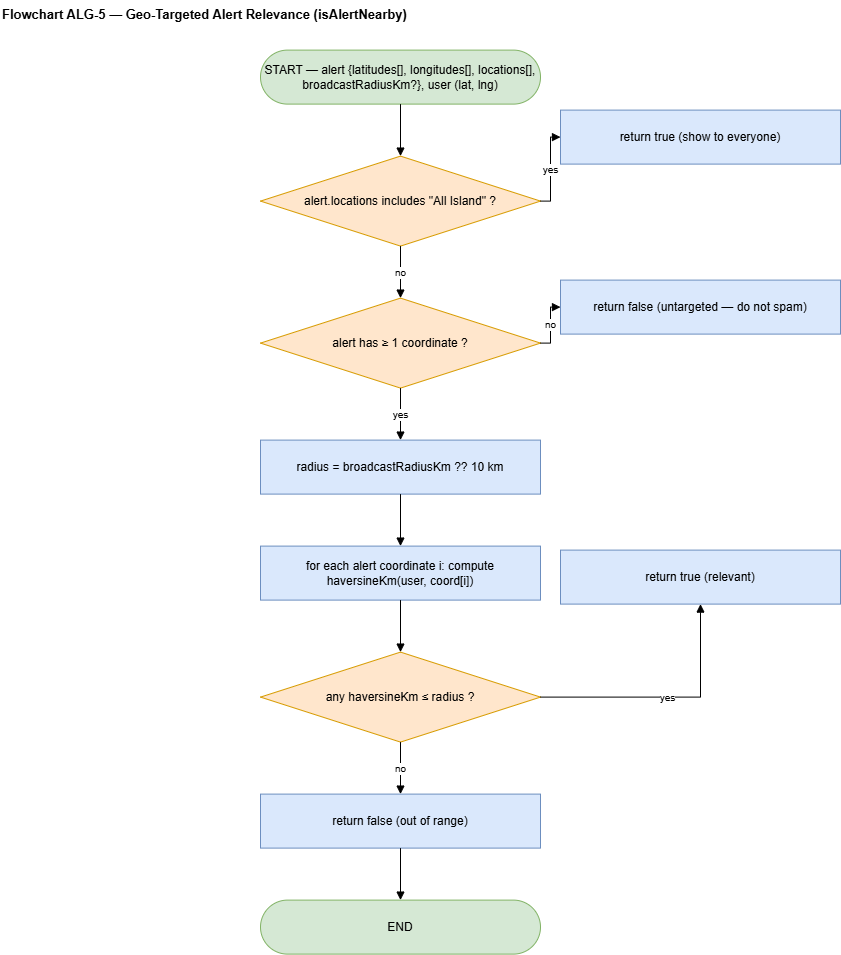
Earlier version of the draw.io export research-report-source/diagrams/pngs/Flowchart_ALG-5_Geo_Targeted_Alert_Relevance.drawio.png (DeshanDV1003/Suraksha---Web-App). Source tidied: cells renumbered, new cells last; positions are measured from the earlier drawing's top-left corner, leaving out a move shared by most shapes. The source it was exported from:
```xml
<mxGraphModel>
  <root>
    <mxCell id="0" />
    <mxCell id="1" parent="0" />
    <mxCell id="2" value="Flowchart ALG-5 — Geo-Targeted Alert Relevance (isAlertNearby)" style="text;html=1;fontStyle=1;fontSize=13;align=left;" parent="1" vertex="1">
      <mxGeometry width="820" height="26" as="geometry" />
    </mxCell>
    <mxCell id="3" value="START — alert {latitudes[], longitudes[], locations[], broadcastRadiusKm?}, user (lat, lng)" style="rounded=1;arcSize=50;whiteSpace=wrap;html=1;fillColor=#d5e8d4;strokeColor=#82b366;" parent="1" vertex="1">
      <mxGeometry x="260" y="50" width="280" height="54" as="geometry" />
    </mxCell>
    <mxCell id="4" value="alert.locations includes &amp;quot;All Island&amp;quot; ?" style="rhombus;whiteSpace=wrap;html=1;fillColor=#ffe6cc;strokeColor=#d79b00;" parent="1" vertex="1">
      <mxGeometry x="260" y="156" width="280" height="90" as="geometry" />
    </mxCell>
    <mxCell id="5" value="return true (show to everyone)" style="rounded=0;whiteSpace=wrap;html=1;fillColor=#dae8fc;strokeColor=#6c8ebf;" parent="1" vertex="1">
      <mxGeometry x="560" y="110" width="280" height="54" as="geometry" />
    </mxCell>
    <mxCell id="6" value="alert has ≥ 1 coordinate ?" style="rhombus;whiteSpace=wrap;html=1;fillColor=#ffe6cc;strokeColor=#d79b00;" parent="1" vertex="1">
      <mxGeometry x="260" y="298" width="280" height="90" as="geometry" />
    </mxCell>
    <mxCell id="7" value="return false (untargeted — do not spam)" style="rounded=0;whiteSpace=wrap;html=1;fillColor=#dae8fc;strokeColor=#6c8ebf;" parent="1" vertex="1">
      <mxGeometry x="560" y="280" width="280" height="54" as="geometry" />
    </mxCell>
    <mxCell id="8" value="radius = broadcastRadiusKm ?? 10 km" style="rounded=0;whiteSpace=wrap;html=1;fillColor=#dae8fc;strokeColor=#6c8ebf;" parent="1" vertex="1">
      <mxGeometry x="260" y="440" width="280" height="54" as="geometry" />
    </mxCell>
    <mxCell id="9" value="for each alert coordinate i: compute haversineKm(user, coord[i])" style="rounded=0;whiteSpace=wrap;html=1;fillColor=#dae8fc;strokeColor=#6c8ebf;" parent="1" vertex="1">
      <mxGeometry x="260" y="546" width="280" height="54" as="geometry" />
    </mxCell>
    <mxCell id="10" value="any haversineKm ≤ radius ?" style="rhombus;whiteSpace=wrap;html=1;fillColor=#ffe6cc;strokeColor=#d79b00;" parent="1" vertex="1">
      <mxGeometry x="260" y="652" width="280" height="90" as="geometry" />
    </mxCell>
    <mxCell id="11" value="return true (relevant)" style="rounded=0;whiteSpace=wrap;html=1;fillColor=#dae8fc;strokeColor=#6c8ebf;" parent="1" vertex="1">
      <mxGeometry x="560" y="550" width="280" height="54" as="geometry" />
    </mxCell>
    <mxCell id="12" value="return false (out of range)" style="rounded=0;whiteSpace=wrap;html=1;fillColor=#dae8fc;strokeColor=#6c8ebf;" parent="1" vertex="1">
      <mxGeometry x="260" y="794" width="280" height="54" as="geometry" />
    </mxCell>
    <mxCell id="13" value="END" style="rounded=1;arcSize=50;whiteSpace=wrap;html=1;fillColor=#d5e8d4;strokeColor=#82b366;" parent="1" vertex="1">
      <mxGeometry x="260" y="900" width="280" height="54" as="geometry" />
    </mxCell>
    <mxCell id="14" style="edgeStyle=orthogonalEdgeStyle;rounded=0;html=1;endArrow=block;fontSize=10;" parent="1" edge="1" source="3" target="4">
      <mxGeometry relative="1" as="geometry" />
    </mxCell>
    <mxCell id="15" style="edgeStyle=orthogonalEdgeStyle;rounded=0;html=1;endArrow=block;fontSize=10;" parent="1" edge="1" source="8" target="9">
      <mxGeometry relative="1" as="geometry" />
    </mxCell>
    <mxCell id="16" style="edgeStyle=orthogonalEdgeStyle;rounded=0;html=1;endArrow=block;fontSize=10;" parent="1" edge="1" source="9" target="10">
      <mxGeometry relative="1" as="geometry" />
    </mxCell>
    <mxCell id="17" style="edgeStyle=orthogonalEdgeStyle;rounded=0;html=1;endArrow=block;fontSize=10;" parent="1" edge="1" source="12" target="13">
      <mxGeometry relative="1" as="geometry" />
    </mxCell>
    <mxCell id="18" value="no" style="edgeStyle=orthogonalEdgeStyle;rounded=0;html=1;endArrow=block;fontSize=10;" parent="1" edge="1" source="4" target="6">
      <mxGeometry relative="1" as="geometry" />
    </mxCell>
    <mxCell id="19" value="yes" style="edgeStyle=orthogonalEdgeStyle;rounded=0;html=1;endArrow=block;fontSize=10;" parent="1" edge="1" source="4" target="5">
      <mxGeometry relative="1" as="geometry" />
    </mxCell>
    <mxCell id="20" value="yes" style="edgeStyle=orthogonalEdgeStyle;rounded=0;html=1;endArrow=block;fontSize=10;" parent="1" edge="1" source="6" target="8">
      <mxGeometry relative="1" as="geometry" />
    </mxCell>
    <mxCell id="21" value="no" style="edgeStyle=orthogonalEdgeStyle;rounded=0;html=1;endArrow=block;fontSize=10;" parent="1" edge="1" source="6" target="7">
      <mxGeometry relative="1" as="geometry" />
    </mxCell>
    <mxCell id="22" value="no" style="edgeStyle=orthogonalEdgeStyle;rounded=0;html=1;endArrow=block;fontSize=10;" parent="1" edge="1" source="10" target="12">
      <mxGeometry relative="1" as="geometry" />
    </mxCell>
    <mxCell id="23" value="yes" style="edgeStyle=orthogonalEdgeStyle;rounded=0;html=1;endArrow=block;fontSize=10;" parent="1" edge="1" source="10" target="11">
      <mxGeometry relative="1" as="geometry" />
    </mxCell>
  </root>
</mxGraphModel>
```
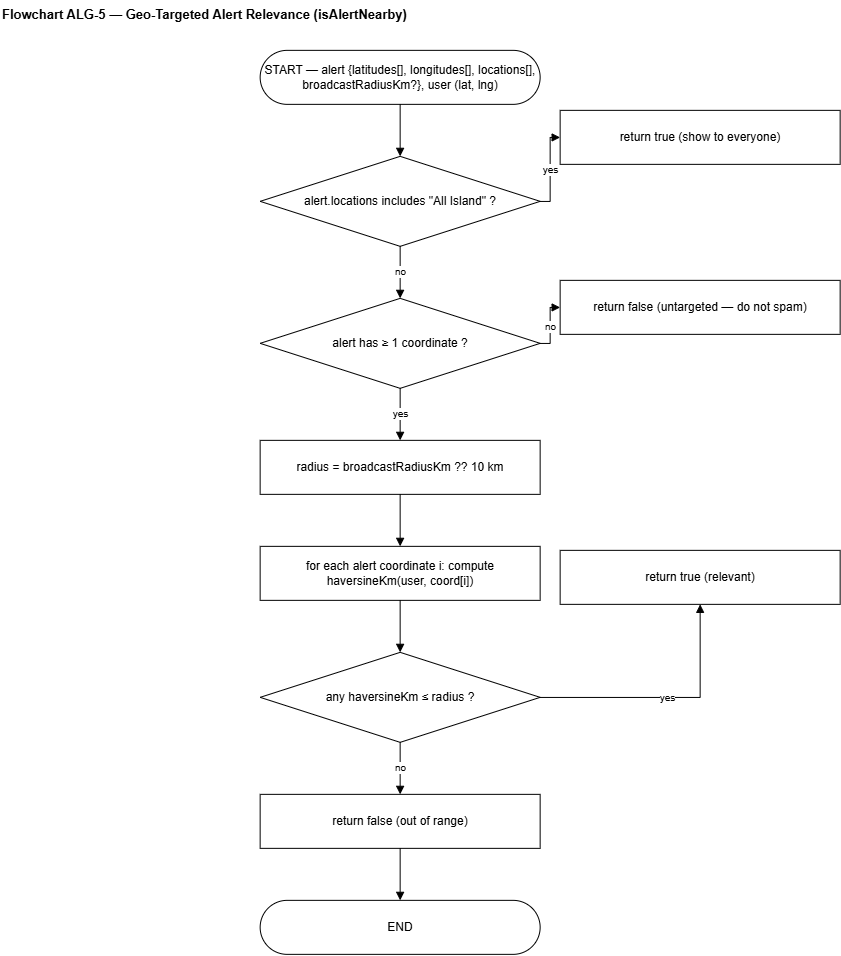
After the commit.

What changed in the source:
```diff
@@ -5,37 +5,37 @@
     <mxCell id="2" value="Flowchart ALG-5 — Geo-Targeted Alert Relevance (isAlertNearby)" style="text;html=1;fontStyle=1;fontSize=13;align=left;" parent="1" vertex="1">
       <mxGeometry width="820" height="26" as="geometry" />
     </mxCell>
-    <mxCell id="3" value="START — alert {latitudes[], longitudes[], locations[], broadcastRadiusKm?}, user (lat, lng)" style="rounded=1;arcSize=50;whiteSpace=wrap;html=1;fillColor=#d5e8d4;strokeColor=#82b366;" parent="1" vertex="1">
+    <mxCell id="3" value="START — alert {latitudes[], longitudes[], locations[], broadcastRadiusKm?}, user (lat, lng)" style="rounded=1;arcSize=50;whiteSpace=wrap;html=1;" parent="1" vertex="1">
       <mxGeometry x="260" y="50" width="280" height="54" as="geometry" />
     </mxCell>
-    <mxCell id="4" value="alert.locations includes &amp;quot;All Island&amp;quot; ?" style="rhombus;whiteSpace=wrap;html=1;fillColor=#ffe6cc;strokeColor=#d79b00;" parent="1" vertex="1">
+    <mxCell id="4" value="alert.locations includes &amp;quot;All Island&amp;quot; ?" style="rhombus;whiteSpace=wrap;html=1;" parent="1" vertex="1">
       <mxGeometry x="260" y="156" width="280" height="90" as="geometry" />
     </mxCell>
-    <mxCell id="5" value="return true (show to everyone)" style="rounded=0;whiteSpace=wrap;html=1;fillColor=#dae8fc;strokeColor=#6c8ebf;" parent="1" vertex="1">
+    <mxCell id="5" value="return true (show to everyone)" style="rounded=0;whiteSpace=wrap;html=1;" parent="1" vertex="1">
       <mxGeometry x="560" y="110" width="280" height="54" as="geometry" />
     </mxCell>
-    <mxCell id="6" value="alert has ≥ 1 coordinate ?" style="rhombus;whiteSpace=wrap;html=1;fillColor=#ffe6cc;strokeColor=#d79b00;" parent="1" vertex="1">
+    <mxCell id="6" value="alert has ≥ 1 coordinate ?" style="rhombus;whiteSpace=wrap;html=1;" parent="1" vertex="1">
       <mxGeometry x="260" y="298" width="280" height="90" as="geometry" />
     </mxCell>
-    <mxCell id="7" value="return false (untargeted — do not spam)" style="rounded=0;whiteSpace=wrap;html=1;fillColor=#dae8fc;strokeColor=#6c8ebf;" parent="1" vertex="1">
+    <mxCell id="7" value="return false (untargeted — do not spam)" style="rounded=0;whiteSpace=wrap;html=1;" parent="1" vertex="1">
       <mxGeometry x="560" y="280" width="280" height="54" as="geometry" />
     </mxCell>
-    <mxCell id="8" value="radius = broadcastRadiusKm ?? 10 km" style="rounded=0;whiteSpace=wrap;html=1;fillColor=#dae8fc;strokeColor=#6c8ebf;" parent="1" vertex="1">
+    <mxCell id="8" value="radius = broadcastRadiusKm ?? 10 km" style="rounded=0;whiteSpace=wrap;html=1;" parent="1" vertex="1">
       <mxGeometry x="260" y="440" width="280" height="54" as="geometry" />
     </mxCell>
-    <mxCell id="9" value="for each alert coordinate i: compute haversineKm(user, coord[i])" style="rounded=0;whiteSpace=wrap;html=1;fillColor=#dae8fc;strokeColor=#6c8ebf;" parent="1" vertex="1">
+    <mxCell id="9" value="for each alert coordinate i: compute haversineKm(user, coord[i])" style="rounded=0;whiteSpace=wrap;html=1;" parent="1" vertex="1">
       <mxGeometry x="260" y="546" width="280" height="54" as="geometry" />
     </mxCell>
-    <mxCell id="10" value="any haversineKm ≤ radius ?" style="rhombus;whiteSpace=wrap;html=1;fillColor=#ffe6cc;strokeColor=#d79b00;" parent="1" vertex="1">
+    <mxCell id="10" value="any haversineKm ≤ radius ?" style="rhombus;whiteSpace=wrap;html=1;" parent="1" vertex="1">
       <mxGeometry x="260" y="652" width="280" height="90" as="geometry" />
     </mxCell>
-    <mxCell id="11" value="return true (relevant)" style="rounded=0;whiteSpace=wrap;html=1;fillColor=#dae8fc;strokeColor=#6c8ebf;" parent="1" vertex="1">
+    <mxCell id="11" value="return true (relevant)" style="rounded=0;whiteSpace=wrap;html=1;" parent="1" vertex="1">
       <mxGeometry x="560" y="550" width="280" height="54" as="geometry" />
     </mxCell>
-    <mxCell id="12" value="return false (out of range)" style="rounded=0;whiteSpace=wrap;html=1;fillColor=#dae8fc;strokeColor=#6c8ebf;" parent="1" vertex="1">
+    <mxCell id="12" value="return false (out of range)" style="rounded=0;whiteSpace=wrap;html=1;" parent="1" vertex="1">
       <mxGeometry x="260" y="794" width="280" height="54" as="geometry" />
     </mxCell>
-    <mxCell id="13" value="END" style="rounded=1;arcSize=50;whiteSpace=wrap;html=1;fillColor=#d5e8d4;strokeColor=#82b366;" parent="1" vertex="1">
+    <mxCell id="13" value="END" style="rounded=1;arcSize=50;whiteSpace=wrap;html=1;" parent="1" vertex="1">
       <mxGeometry x="260" y="900" width="280" height="54" as="geometry" />
     </mxCell>
     <mxCell id="14" style="edgeStyle=orthogonalEdgeStyle;rounded=0;html=1;endArrow=block;fontSize=10;" parent="1" edge="1" source="3" target="4">
```
